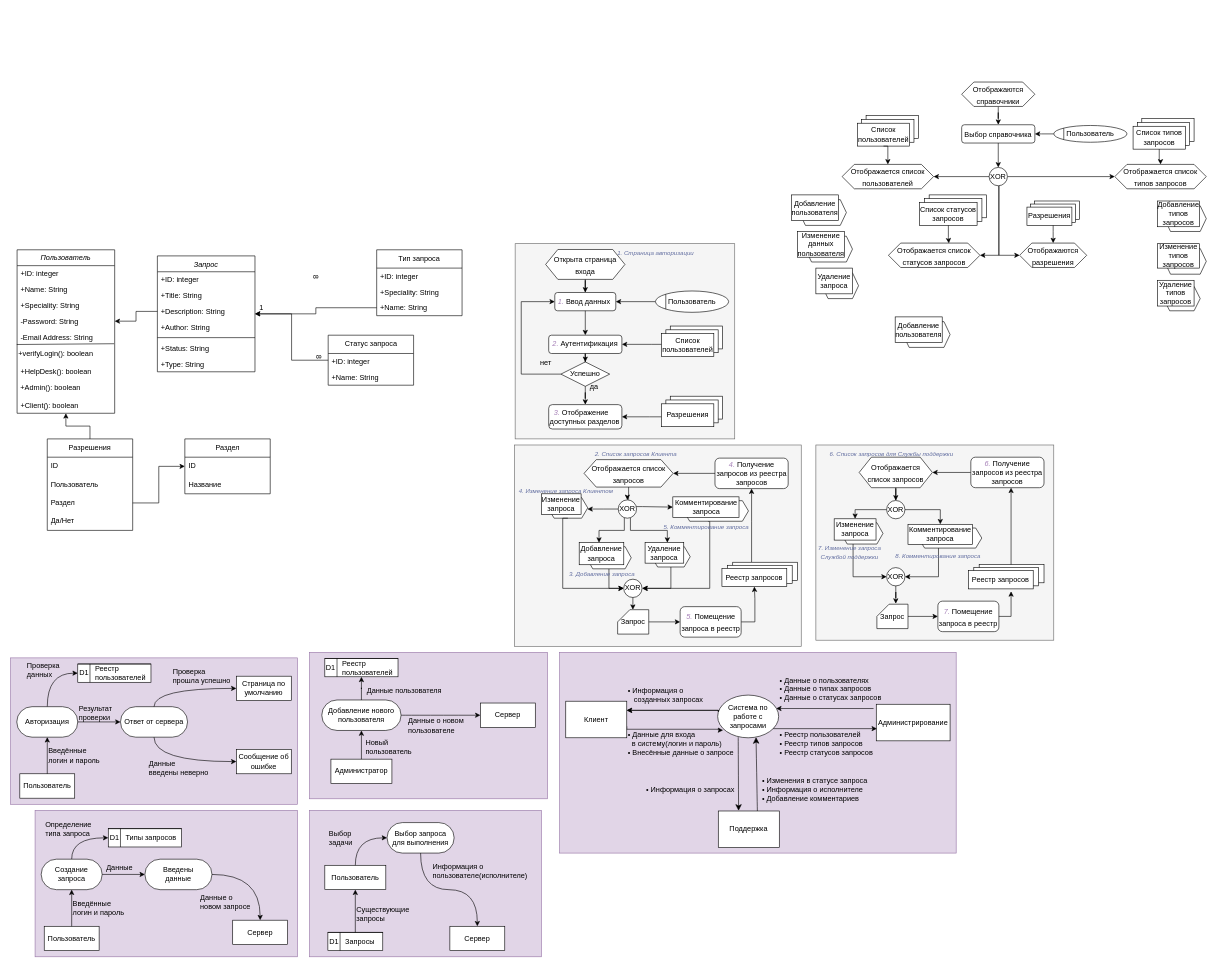
This is Диаграмма без названия.drawio from Fuamau/BlogProvider, a draw.io file, before an edit. Source tidied: cells renumbered, new cells numbered last; positions are measured from the earlier drawing's top-left corner, leaving out a move shared by most shapes. Both pictures are drawn from the tidied source at 61%, with x=0, y=0 at pixel (10, 82).
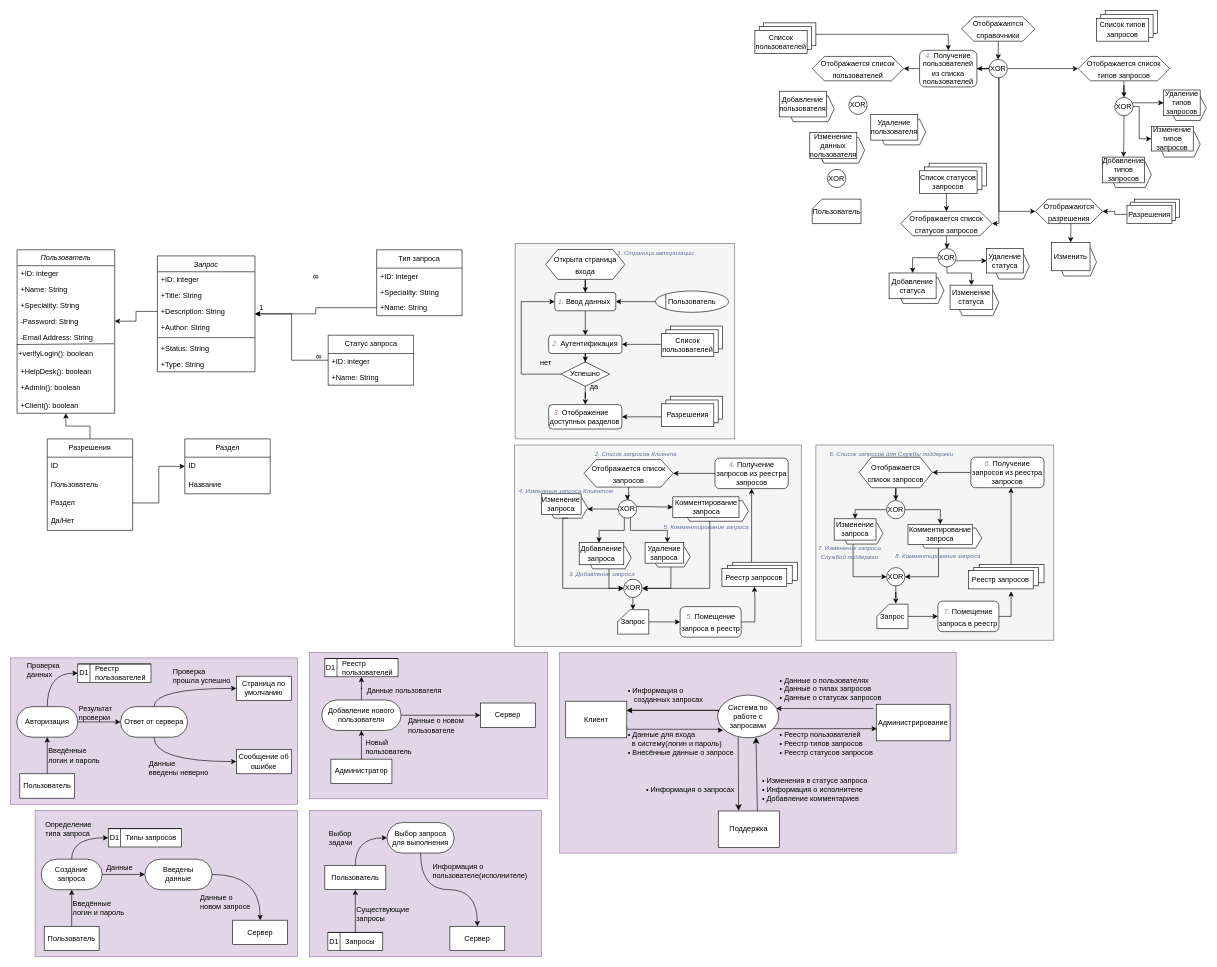
The same diagram, later.

The change refers to these unchanged cells:
```xml
<mxCell id="243" style="rounded=0;whiteSpace=wrap;html=1;" parent="242" vertex="1">
  <mxGeometry x="14.3" width="85.7" height="37.5" as="geometry" />
</mxCell>
<mxCell id="245" value="Список пользователей" style="rounded=0;whiteSpace=wrap;html=1;" parent="242" vertex="1">
  <mxGeometry y="12.5" width="85.7" height="37.5" as="geometry" />
</mxCell>
<mxCell id="249" value="Разрешения" style="rounded=0;whiteSpace=wrap;html=1;" parent="246" vertex="1">
  <mxGeometry y="10" width="73.7" height="30" as="geometry" />
</mxCell>
<mxCell id="253" value="Список статусов запросов" style="rounded=0;whiteSpace=wrap;html=1;" parent="250" vertex="1">
  <mxGeometry y="12.5" width="94.3" height="37.5" as="geometry" />
</mxCell>
<mxCell id="257" value="Список типов запросов" style="rounded=0;whiteSpace=wrap;html=1;" parent="254" vertex="1">
  <mxGeometry y="12.5" width="85.7" height="37.5" as="geometry" />
</mxCell>
<mxCell id="273" value="Добавление типов запросов" style="whiteSpace=wrap;html=1;" parent="271" vertex="1">
  <mxGeometry width="68.6" height="42.2" as="geometry" />
</mxCell>
<mxCell id="276" value="Изменение типов запросов" style="whiteSpace=wrap;html=1;" parent="274" vertex="1">
  <mxGeometry width="68.6" height="40" as="geometry" />
</mxCell>
<mxCell id="279" value="Удаление типов запросов" style="whiteSpace=wrap;html=1;" parent="277" vertex="1">
  <mxGeometry width="60" height="42.2" as="geometry" />
</mxCell>
```

Change to the diagram source:
```diff
@@
-    <mxCell id="225" style="edgeStyle=orthogonalEdgeStyle;rounded=0;jettySize=auto;html=1;entryX=0.5;entryY=0;entryDx=0;entryDy=0;" parent="1" edge="1" source="226" target="228">
-      <mxGeometry relative="1" as="geometry" />
-    </mxCell>
     <mxCell id="226" value="&lt;font style=&quot;font-size: 12px;&quot;&gt;Отображаются справочники&lt;/font&gt;" style="shape=hexagon;perimeter=hexagonPerimeter2;whiteSpace=wrap;html=1;fixedSize=1;fontSize=16;" parent="1" vertex="1">
-      <mxGeometry x="1559" width="120" height="40" as="geometry" />
+      <mxGeometry x="1559" y="-107" width="120" height="40" as="geometry" />
     </mxCell>
-    <mxCell id="227" style="edgeStyle=orthogonalEdgeStyle;rounded=0;jettySize=auto;html=1;entryX=0.5;entryY=0;entryDx=0;entryDy=0;" parent="1" edge="1" source="228" target="237">
+    <mxCell id="227" style="edgeStyle=orthogonalEdgeStyle;rounded=0;jettySize=auto;html=1;entryX=0.5;entryY=0;entryDx=0;entryDy=0;exitX=0.5;exitY=1;exitDx=0;exitDy=0;" parent="1" edge="1" source="226" target="237">
       <mxGeometry relative="1" as="geometry" />
     </mxCell>
-    <mxCell id="228" value="&lt;font style=&quot;font-size: 12px;&quot;&gt;Выбор справочника&lt;/font&gt;" style="rounded=1;whiteSpace=wrap;html=1;fontSize=16;" parent="1" vertex="1">
-      <mxGeometry x="1559" y="70" width="120" height="30" as="geometry" />
-    </mxCell>
-    <mxCell id="229" style="group;" parent="1" vertex="1">
-      <mxGeometry x="1710" y="71.2" width="120" height="27.5" as="geometry" />
-    </mxCell>
-    <mxCell id="230" value="Пользователь" style="ellipse;whiteSpace=wrap;html=1;" parent="229" vertex="1">
-      <mxGeometry width="120" height="27.5" as="geometry" />
-    </mxCell>
-    <mxCell id="231" style="edgeStyle=orthogonalEdgeStyle;rounded=0;orthogonalLoop=1;jettySize=auto;html=1;exitX=0;exitY=0;exitDx=0;exitDy=0;entryX=0;entryY=1;entryDx=0;entryDy=0;endArrow=none;endFill=0;" parent="229" edge="1" source="230" target="230">
-      <mxGeometry relative="1" as="geometry" />
-    </mxCell>
-    <mxCell id="232" style="edgeStyle=orthogonalEdgeStyle;rounded=0;jettySize=auto;html=1;entryX=1;entryY=0.5;entryDx=0;entryDy=0;" parent="1" edge="1" source="230" target="228">
-      <mxGeometry relative="1" as="geometry" />
-    </mxCell>
-    <mxCell id="233" style="edgeStyle=orthogonalEdgeStyle;rounded=0;jettySize=auto;html=1;entryX=1;entryY=0.5;entryDx=0;entryDy=0;" parent="1" edge="1" source="237" target="238">
-      <mxGeometry relative="1" as="geometry" />
+    <mxCell id="233" style="edgeStyle=orthogonalEdgeStyle;rounded=0;jettySize=auto;html=1;entryX=1;entryY=0.5;entryDx=0;entryDy=0;" parent="1" edge="1" source="304" target="238">
+      <mxGeometry relative="1" as="geometry">
+        <Array as="points">
+          <mxPoint x="1530" y="-22" />
+        </Array>
+      </mxGeometry>
     </mxCell>
@@
     <mxCell id="235" style="edgeStyle=orthogonalEdgeStyle;rounded=0;jettySize=auto;html=1;entryX=1;entryY=0.5;entryDx=0;entryDy=0;" parent="1" edge="1" source="237" target="239">
       <mxGeometry relative="1" as="geometry">
         <Array as="points">
-          <mxPoint x="1620" y="284" />
+          <mxPoint x="1620" y="232" />
         </Array>
       </mxGeometry>
     </mxCell>
     <mxCell id="236" style="edgeStyle=orthogonalEdgeStyle;rounded=0;jettySize=auto;html=1;entryX=0;entryY=0.5;entryDx=0;entryDy=0;" parent="1" edge="1" source="237" target="241">
       <mxGeometry relative="1" as="geometry">
         <Array as="points">
-          <mxPoint x="1620" y="284" />
+          <mxPoint x="1620" y="212" />
         </Array>
       </mxGeometry>
     </mxCell>
+    <mxCell id="283" style="edgeStyle=orthogonalEdgeStyle;rounded=0;jettySize=auto;html=1;entryX=1;entryY=0.5;entryDx=0;entryDy=0;" parent="1" edge="1" source="237" target="304">
+      <mxGeometry relative="1" as="geometry" />
+    </mxCell>
     <mxCell id="237" value="XOR" style="ellipse;whiteSpace=wrap;html=1;" parent="1" vertex="1">
-      <mxGeometry x="1604" y="140" width="30" height="30" as="geometry" />
+      <mxGeometry x="1604" y="-37" width="30" height="30" as="geometry" />
     </mxCell>
     <mxCell id="238" value="&lt;font style=&quot;font-size: 12px;&quot;&gt;Отображается список пользователей&lt;/font&gt;" style="shape=hexagon;perimeter=hexagonPerimeter2;whiteSpace=wrap;html=1;fixedSize=1;fontSize=16;" parent="1" vertex="1">
-      <mxGeometry x="1363" y="135" width="150" height="40" as="geometry" />
+      <mxGeometry x="1314" y="-42" width="150" height="40" as="geometry" />
     </mxCell>
+    <mxCell id="284" style="edgeStyle=orthogonalEdgeStyle;rounded=0;jettySize=auto;html=1;entryX=0.5;entryY=0;entryDx=0;entryDy=0;" parent="1" edge="1" source="239" target="296">
+      <mxGeometry relative="1" as="geometry" />
+    </mxCell>
     <mxCell id="239" value="&lt;font style=&quot;font-size: 12px;&quot;&gt;Отображается список статусов запросов&lt;/font&gt;" style="shape=hexagon;perimeter=hexagonPerimeter2;whiteSpace=wrap;html=1;fixedSize=1;fontSize=16;" parent="1" vertex="1">
-      <mxGeometry x="1439" y="264" width="150" height="40" as="geometry" />
+      <mxGeometry x="1459" y="212" width="150" height="40" as="geometry" />
     </mxCell>
+    <mxCell id="285" style="edgeStyle=orthogonalEdgeStyle;rounded=0;jettySize=auto;html=1;entryX=0.5;entryY=0;entryDx=0;entryDy=0;" parent="1" edge="1" source="240" target="303">
+      <mxGeometry relative="1" as="geometry" />
+    </mxCell>
     <mxCell id="240" value="&lt;font style=&quot;font-size: 12px;&quot;&gt;Отображается список типов запросов&lt;/font&gt;" style="shape=hexagon;perimeter=hexagonPerimeter2;whiteSpace=wrap;html=1;fixedSize=1;fontSize=16;" parent="1" vertex="1">
-      <mxGeometry x="1810" y="135" width="150" height="40" as="geometry" />
+      <mxGeometry x="1750" y="-42" width="150" height="40" as="geometry" />
     </mxCell>
+    <mxCell id="286" style="edgeStyle=orthogonalEdgeStyle;rounded=0;jettySize=auto;html=1;entryX=0.5;entryY=0;entryDx=0;entryDy=0;" parent="1" edge="1" source="241" target="299">
+      <mxGeometry relative="1" as="geometry">
+        <Array as="points">
+          <mxPoint x="1738" y="243" />
+          <mxPoint x="1738" y="243" />
+        </Array>
+      </mxGeometry>
+    </mxCell>
     <mxCell id="241" value="&lt;font style=&quot;font-size: 12px;&quot;&gt;Отображаются разрешения&lt;/font&gt;" style="shape=hexagon;perimeter=hexagonPerimeter2;whiteSpace=wrap;html=1;fixedSize=1;fontSize=16;" parent="1" vertex="1">
-      <mxGeometry x="1654" y="264" width="110" height="40" as="geometry" />
+      <mxGeometry x="1680" y="192" width="110" height="40" as="geometry" />
     </mxCell>
     <mxCell id="242" style="group;" parent="1" vertex="1">
-      <mxGeometry x="1388" y="55" width="100" height="50" as="geometry" />
+      <mxGeometry x="1220" y="-97" width="100" height="50" as="geometry" />
     </mxCell>
@@
     <mxCell id="246" style="group;" parent="1" vertex="1">
-      <mxGeometry x="1666" y="195" width="86" height="40" as="geometry" />
+      <mxGeometry x="1830" y="192" width="86" height="40" as="geometry" />
     </mxCell>
@@
     <mxCell id="250" style="group;" parent="1" vertex="1">
-      <mxGeometry x="1490" y="185" width="110" height="50" as="geometry" />
+      <mxGeometry x="1490" y="133" width="110" height="50" as="geometry" />
     </mxCell>
@@
     <mxCell id="254" style="group;" parent="1" vertex="1">
-      <mxGeometry x="1840" y="60" width="100" height="50" as="geometry" />
+      <mxGeometry x="1780" y="-117" width="100" height="50" as="geometry" />
     </mxCell>
@@
-    <mxCell id="258" style="edgeStyle=orthogonalEdgeStyle;rounded=0;jettySize=auto;html=1;entryX=0.5;entryY=0;entryDx=0;entryDy=0;exitX=0.5;exitY=1;exitDx=0;exitDy=0;" parent="1" edge="1" source="245" target="238">
-      <mxGeometry relative="1" as="geometry" />
-    </mxCell>
-    <mxCell id="259" style="edgeStyle=orthogonalEdgeStyle;rounded=0;jettySize=auto;html=1;entryX=0.5;entryY=0;entryDx=0;entryDy=0;" parent="1" edge="1" source="257" target="240">
-      <mxGeometry relative="1" as="geometry">
-        <Array as="points">
-          <mxPoint x="1883" y="130" />
-          <mxPoint x="1885" y="130" />
-        </Array>
-      </mxGeometry>
-    </mxCell>
-    <mxCell id="260" style="edgeStyle=orthogonalEdgeStyle;rounded=0;jettySize=auto;html=1;entryX=0.5;entryY=0;entryDx=0;entryDy=0;" parent="1" edge="1" source="249" target="241">
-      <mxGeometry relative="1" as="geometry">
-        <Array as="points">
-          <mxPoint x="1709" y="245" />
-          <mxPoint x="1709" y="245" />
-        </Array>
-      </mxGeometry>
-    </mxCell>
-    <mxCell id="261" style="edgeStyle=orthogonalEdgeStyle;rounded=0;jettySize=auto;html=1;entryX=0.66;entryY=0.008;entryDx=0;entryDy=0;entryPerimeter=0;" parent="1" edge="1" source="253" target="239">
-      <mxGeometry relative="1" as="geometry" />
+    <mxCell id="261" style="edgeStyle=orthogonalEdgeStyle;rounded=0;jettySize=auto;html=1;entryX=0.5;entryY=0;entryDx=0;entryDy=0;" parent="1" edge="1" source="253" target="239">
+      <mxGeometry relative="1" as="geometry">
+        <Array as="points">
+          <mxPoint x="1534" y="193" />
+          <mxPoint x="1534" y="193" />
+        </Array>
+      </mxGeometry>
     </mxCell>
     <mxCell id="262" style="group;" parent="1" vertex="1">
-      <mxGeometry x="1280" y="185" width="90" height="50" as="geometry" />
+      <mxGeometry x="1260" y="15" width="90" height="50" as="geometry" />
     </mxCell>
@@
     <mxCell id="265" style="group;" parent="1" vertex="1">
-      <mxGeometry x="1290" y="245" width="90" height="50" as="geometry" />
+      <mxGeometry x="1310" y="83" width="90" height="50" as="geometry" />
     </mxCell>
@@
     <mxCell id="268" style="group;" parent="1" vertex="1">
-      <mxGeometry x="1320" y="305" width="70" height="50" as="geometry" />
+      <mxGeometry x="1410" y="53" width="90" height="50" as="geometry" />
     </mxCell>
     <mxCell id="269" style="shape=hexagon;perimeter=hexagonPerimeter2;whiteSpace=wrap;html=1;fixedSize=1;fontSize=16;size=10;" parent="268" vertex="1">
-      <mxGeometry x="10" y="7.8" width="60" height="42.2" as="geometry" />
+      <mxGeometry x="12.9" y="7.8" width="77.1" height="42.2" as="geometry" />
     </mxCell>
-    <mxCell id="270" value="Удаление запроса" style="whiteSpace=wrap;html=1;" parent="268" vertex="1">
-      <mxGeometry width="60" height="42.2" as="geometry" />
+    <mxCell id="270" value="Удаление пользователя" style="whiteSpace=wrap;html=1;" parent="268" vertex="1">
+      <mxGeometry width="77.1" height="42.2" as="geometry" />
     </mxCell>
     <mxCell id="271" style="group;" parent="1" vertex="1">
-      <mxGeometry x="1880" y="195" width="80" height="50" as="geometry" />
+      <mxGeometry x="1790" y="123" width="80" height="50" as="geometry" />
     </mxCell>
@@
     <mxCell id="274" style="group;" parent="1" vertex="1">
-      <mxGeometry x="1880" y="265" width="80" height="50" as="geometry" />
+      <mxGeometry x="1870" y="73" width="80" height="50" as="geometry" />
     </mxCell>
@@
     <mxCell id="277" style="group;" parent="1" vertex="1">
-      <mxGeometry x="1880" y="325" width="70" height="50" as="geometry" />
+      <mxGeometry x="1890" y="13" width="70" height="50" as="geometry" />
     </mxCell>
@@
     <mxCell id="280" style="group;" parent="1" vertex="1">
-      <mxGeometry x="1450" y="385" width="90" height="50" as="geometry" />
+      <mxGeometry x="1440" y="313" width="90" height="50" as="geometry" />
     </mxCell>
@@
-    <mxCell id="282" value="Добавление пользователя" style="whiteSpace=wrap;html=1;" parent="280" vertex="1">
+    <mxCell id="282" value="Добавление статуса" style="whiteSpace=wrap;html=1;" parent="280" vertex="1">
       <mxGeometry width="77.1" height="42.2" as="geometry" />
     </mxCell>
+    <mxCell id="287" style="group;" parent="1" vertex="1">
+      <mxGeometry x="1600" y="273" width="70" height="50" as="geometry" />
+    </mxCell>
+    <mxCell id="288" style="shape=hexagon;perimeter=hexagonPerimeter2;whiteSpace=wrap;html=1;fixedSize=1;fontSize=16;size=10;" parent="287" vertex="1">
+      <mxGeometry x="10" y="7.8" width="60" height="42.2" as="geometry" />
+    </mxCell>
+    <mxCell id="289" value="Удаление статуса" style="whiteSpace=wrap;html=1;" parent="287" vertex="1">
+      <mxGeometry width="60" height="40" as="geometry" />
+    </mxCell>
+    <mxCell id="290" style="group;" parent="1" vertex="1">
+      <mxGeometry x="1550" y="333" width="70" height="50" as="geometry" />
+    </mxCell>
+    <mxCell id="291" style="shape=hexagon;perimeter=hexagonPerimeter2;whiteSpace=wrap;html=1;fixedSize=1;fontSize=16;size=10;" parent="290" vertex="1">
+      <mxGeometry y="7.8" width="70" height="42.2" as="geometry" />
+    </mxCell>
+    <mxCell id="292" value="Изменение статуса" style="whiteSpace=wrap;html=1;" parent="290" vertex="1">
+      <mxGeometry x="-10" width="70" height="40" as="geometry" />
+    </mxCell>
+    <mxCell id="293" style="edgeStyle=orthogonalEdgeStyle;rounded=0;jettySize=auto;html=1;" parent="1" edge="1" source="296" target="292">
+      <mxGeometry relative="1" as="geometry">
+        <Array as="points">
+          <mxPoint x="1535" y="313" />
+          <mxPoint x="1575" y="313" />
+        </Array>
+      </mxGeometry>
+    </mxCell>
+    <mxCell id="294" style="edgeStyle=orthogonalEdgeStyle;rounded=0;jettySize=auto;html=1;entryX=0;entryY=0.5;entryDx=0;entryDy=0;" parent="1" edge="1" source="296" target="289">
+      <mxGeometry relative="1" as="geometry">
+        <Array as="points">
+          <mxPoint x="1560" y="293" />
+          <mxPoint x="1560" y="293" />
+        </Array>
+      </mxGeometry>
+    </mxCell>
+    <mxCell id="295" style="edgeStyle=orthogonalEdgeStyle;rounded=0;jettySize=auto;html=1;entryX=0.5;entryY=0;entryDx=0;entryDy=0;" parent="1" edge="1" source="296" target="282">
+      <mxGeometry relative="1" as="geometry" />
+    </mxCell>
+    <mxCell id="296" value="XOR" style="ellipse;whiteSpace=wrap;html=1;" parent="1" vertex="1">
+      <mxGeometry x="1520" y="273" width="30" height="30" as="geometry" />
+    </mxCell>
+    <mxCell id="297" style="group;" parent="1" vertex="1">
+      <mxGeometry x="1706" y="263" width="74" height="55" as="geometry" />
+    </mxCell>
+    <mxCell id="298" style="shape=hexagon;perimeter=hexagonPerimeter2;whiteSpace=wrap;html=1;fixedSize=1;fontSize=16;size=10;" parent="297" vertex="1">
+      <mxGeometry x="10.6" y="8.6" width="63.4" height="46.4" as="geometry" />
+    </mxCell>
+    <mxCell id="299" value="Изменить" style="whiteSpace=wrap;html=1;" parent="297" vertex="1">
+      <mxGeometry width="63.4" height="46.4" as="geometry" />
+    </mxCell>
+    <mxCell id="300" style="edgeStyle=orthogonalEdgeStyle;rounded=0;jettySize=auto;html=1;entryX=0;entryY=0.5;entryDx=0;entryDy=0;" parent="1" edge="1" source="303" target="279">
+      <mxGeometry relative="1" as="geometry">
+        <Array as="points">
+          <mxPoint x="1870" y="34" />
+          <mxPoint x="1870" y="34" />
+        </Array>
+      </mxGeometry>
+    </mxCell>
+    <mxCell id="301" style="edgeStyle=orthogonalEdgeStyle;rounded=0;jettySize=auto;html=1;entryX=0;entryY=0.5;entryDx=0;entryDy=0;" parent="1" edge="1" source="303" target="276">
+      <mxGeometry relative="1" as="geometry">
+        <Array as="points">
+          <mxPoint x="1850" y="40" />
+          <mxPoint x="1850" y="93" />
+        </Array>
+      </mxGeometry>
+    </mxCell>
+    <mxCell id="302" style="edgeStyle=orthogonalEdgeStyle;rounded=0;jettySize=auto;html=1;entryX=0.5;entryY=0;entryDx=0;entryDy=0;" parent="1" edge="1" source="303" target="273">
+      <mxGeometry relative="1" as="geometry" />
+    </mxCell>
+    <mxCell id="303" value="XOR" style="ellipse;whiteSpace=wrap;html=1;" parent="1" vertex="1">
+      <mxGeometry x="1810" y="25.2" width="30" height="30" as="geometry" />
+    </mxCell>
+    <mxCell id="230" value="Пользователь" style="shape=card;whiteSpace=wrap;html=1;size=16;" parent="1" vertex="1">
+      <mxGeometry x="1314" y="192" width="80" height="40" as="geometry" />
+    </mxCell>
+    <mxCell id="260" style="edgeStyle=orthogonalEdgeStyle;rounded=0;jettySize=auto;html=1;entryX=1;entryY=0.5;entryDx=0;entryDy=0;" parent="1" edge="1" source="249" target="241">
+      <mxGeometry relative="1" as="geometry" />
+    </mxCell>
+    <mxCell id="304" value="&lt;font color=&quot;#a680b8&quot;&gt;&lt;i&gt;4.&lt;/i&gt;&lt;/font&gt; Получение пользователей из списка пользователей" style="rounded=1;whiteSpace=wrap;html=1;" parent="1" vertex="1">
+      <mxGeometry x="1490" y="-52" width="94" height="60" as="geometry" />
+    </mxCell>
+    <mxCell id="305" style="edgeStyle=orthogonalEdgeStyle;rounded=0;jettySize=auto;html=1;entryX=0.5;entryY=0;entryDx=0;entryDy=0;exitX=1;exitY=0.5;exitDx=0;exitDy=0;" parent="1" edge="1" source="243" target="304">
+      <mxGeometry relative="1" as="geometry" />
+    </mxCell>
+    <mxCell id="306" value="XOR" style="ellipse;whiteSpace=wrap;html=1;" parent="1" vertex="1">
+      <mxGeometry x="1374" y="23" width="30" height="30" as="geometry" />
+    </mxCell>
+    <mxCell id="307" value="XOR" style="ellipse;whiteSpace=wrap;html=1;" parent="1" vertex="1">
+      <mxGeometry x="1339" y="143" width="30" height="30" as="geometry" />
+    </mxCell>
```
